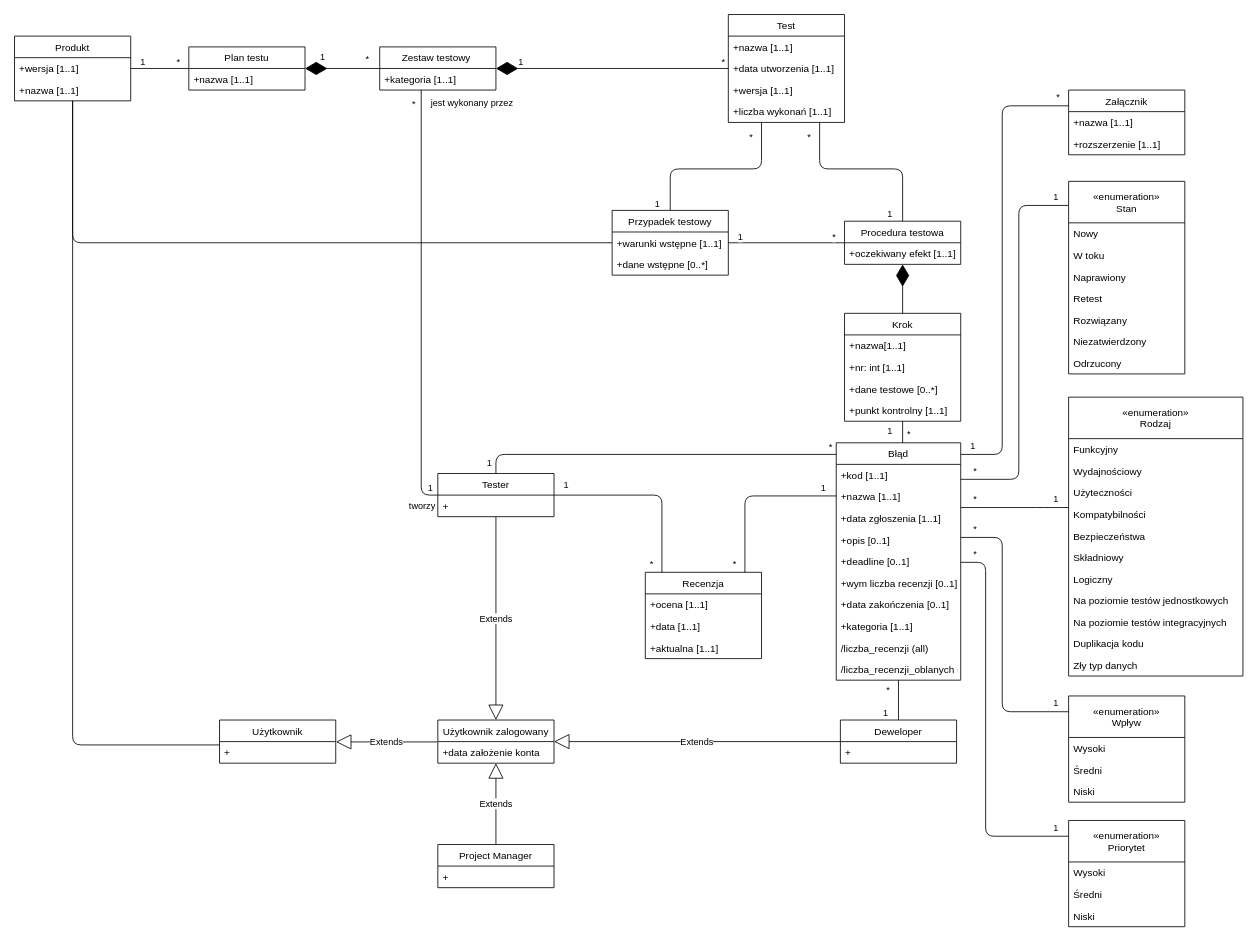
Earlier version of the draw.io diagram Diagram Klas.drawio (Nilphym/ZPI). Source tidied: cells renumbered, new cells numbered last; positions are measured from the earlier drawing's top-left corner, leaving out a move shared by most shapes. Both pictures are drawn from the tidied source at 83%, with x=0, y=0 at pixel (14, 14).
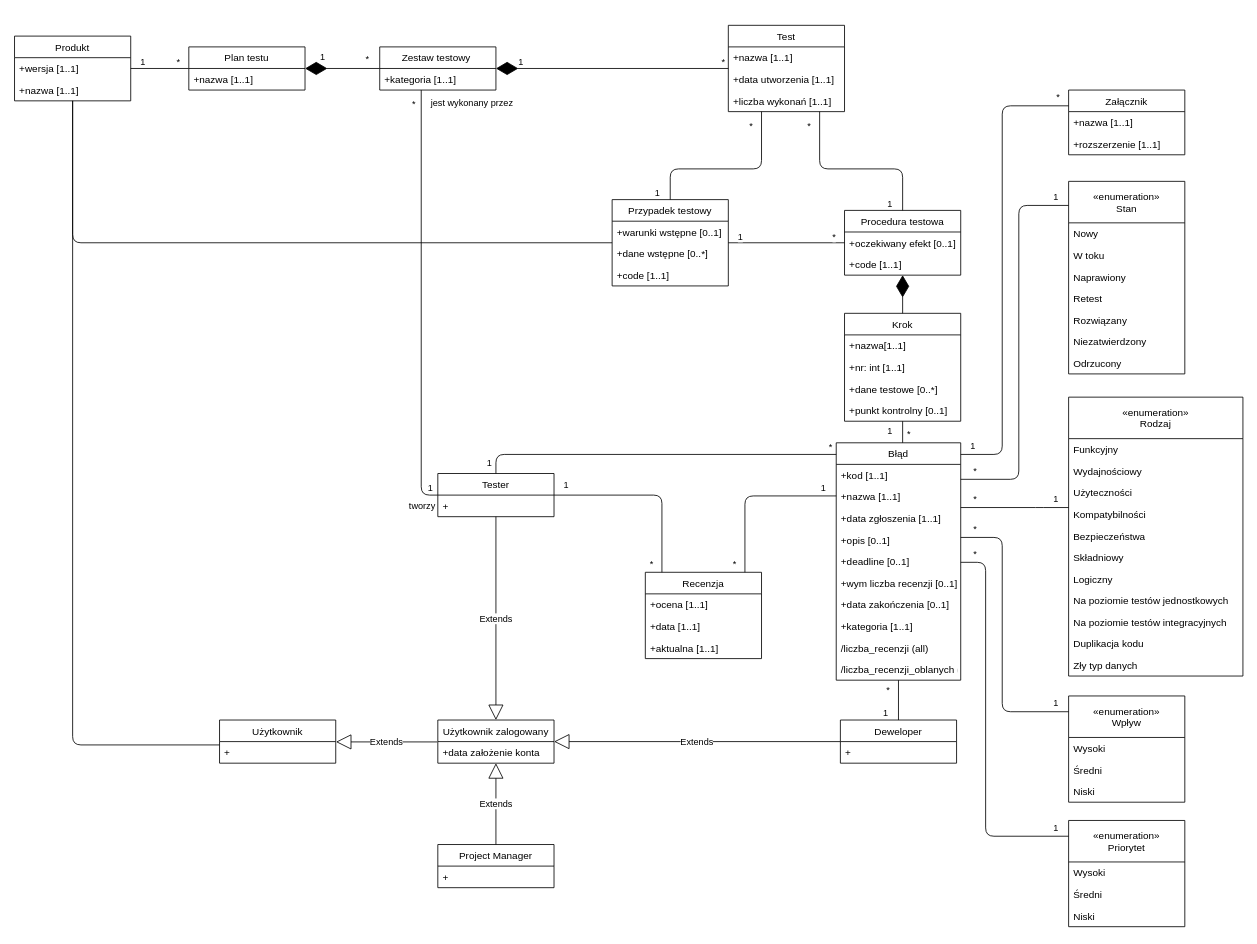
Above is the later version.

Unchanged cells that the change refers to:
```xml
<mxCell id="19" value="Krok" style="swimlane;fontStyle=0;horizontal=1;startSize=26;fillColor=none;" parent="1" vertex="1">
  <mxGeometry x="1000" y="360" width="140" height="130" as="geometry" />
</mxCell>
<mxCell id="30" value="+nazwa [1..1]" style="text;strokeColor=none;fillColor=none;align=left;verticalAlign=top;spacingLeft=4;spacingRight=4;overflow=hidden;points=[[0,0.5],[1,0.5]];portConstraint=eastwest;" parent="28" vertex="1">
  <mxGeometry y="52" width="140" height="26" as="geometry" />
</mxCell>
```

The edit, as a diff of the source:
```diff
@@
     <mxCell id="6" value="Test" style="swimlane;fontStyle=0;horizontal=1;startSize=26;fillColor=none;" parent="1" vertex="1">
-      <mxGeometry x="860" width="140" height="130" as="geometry" />
+      <mxGeometry x="860" y="13" width="140" height="104" as="geometry" />
     </mxCell>
@@
-    <mxCell id="9" value="+wersja [1..1]" style="text;strokeColor=none;fillColor=none;align=left;verticalAlign=top;spacingLeft=4;spacingRight=4;overflow=hidden;" parent="6" vertex="1">
-      <mxGeometry y="78" width="140" height="26" as="geometry" />
-    </mxCell>
     <mxCell id="10" value="+liczba wykonań [1..1]" style="text;strokeColor=none;fillColor=none;align=left;verticalAlign=top;spacingLeft=4;spacingRight=4;overflow=hidden;" parent="6" vertex="1">
-      <mxGeometry y="104" width="140" height="26" as="geometry" />
+      <mxGeometry y="78" width="140" height="26" as="geometry" />
     </mxCell>
@@
-    <mxCell id="23" value="+punkt kontrolny [1..1]" style="text;strokeColor=none;fillColor=none;align=left;verticalAlign=top;spacingLeft=4;spacingRight=4;overflow=hidden;" parent="19" vertex="1">
+    <mxCell id="23" value="+punkt kontrolny [0..1]" style="text;strokeColor=none;fillColor=none;align=left;verticalAlign=top;spacingLeft=4;spacingRight=4;overflow=hidden;" parent="19" vertex="1">
       <mxGeometry y="104" width="140" height="26" as="geometry" />
     </mxCell>
@@
     <mxCell id="61" value="Procedura testowa" style="swimlane;fontStyle=0;horizontal=1;startSize=26;fillColor=none;" parent="1" vertex="1">
-      <mxGeometry x="1000" y="249" width="140" height="52" as="geometry" />
+      <mxGeometry x="1000" y="236" width="140" height="78" as="geometry" />
     </mxCell>
-    <mxCell id="62" value="+oczekiwany efekt [1..1]" style="text;strokeColor=none;fillColor=none;align=left;verticalAlign=top;spacingLeft=4;spacingRight=4;overflow=hidden;" parent="61" vertex="1">
+    <mxCell id="62" value="+oczekiwany efekt [0..1]" style="text;strokeColor=none;fillColor=none;align=left;verticalAlign=top;spacingLeft=4;spacingRight=4;overflow=hidden;" parent="61" vertex="1">
       <mxGeometry y="26" width="140" height="26" as="geometry" />
     </mxCell>
+    <mxCell id="140" value="+code [1..1]" style="text;strokeColor=none;fillColor=none;align=left;verticalAlign=top;spacingLeft=4;spacingRight=4;overflow=hidden;" parent="61" vertex="1">
+      <mxGeometry y="52" width="140" height="26" as="geometry" />
+    </mxCell>
@@
     <mxCell id="66" value="Przypadek testowy" style="swimlane;fontStyle=0;horizontal=1;startSize=26;fillColor=none;" parent="1" vertex="1">
-      <mxGeometry x="720" y="236" width="140" height="78" as="geometry" />
+      <mxGeometry x="720" y="223" width="140" height="104" as="geometry" />
     </mxCell>
-    <mxCell id="67" value="+warunki wstępne [1..1]" style="text;strokeColor=none;fillColor=none;align=left;verticalAlign=top;spacingLeft=4;spacingRight=4;overflow=hidden;points=[[0,0.5],[1,0.5]];portConstraint=eastwest;" parent="66" vertex="1">
+    <mxCell id="67" value="+warunki wstępne [0..1]" style="text;strokeColor=none;fillColor=none;align=left;verticalAlign=top;spacingLeft=4;spacingRight=4;overflow=hidden;points=[[0,0.5],[1,0.5]];portConstraint=eastwest;" parent="66" vertex="1">
       <mxGeometry y="26" width="140" height="26" as="geometry" />
     </mxCell>
@@
+    <mxCell id="141" value="+code [1..1]" style="text;strokeColor=none;fillColor=none;align=left;verticalAlign=top;spacingLeft=4;spacingRight=4;overflow=hidden;" parent="66" vertex="1">
+      <mxGeometry y="78" width="140" height="26" as="geometry" />
+    </mxCell>
@@
-    <mxCell id="135" style="edgeStyle=orthogonalEdgeStyle;rounded=1;jettySize=auto;html=1;entryX=0;entryY=0.5;entryDx=0;entryDy=0;endArrow=none;endFill=0;" parent="1" edge="1" source="30" target="67">
+    <mxCell id="135" style="edgeStyle=orthogonalEdgeStyle;rounded=1;jettySize=auto;html=1;endArrow=none;endFill=0;" parent="1" edge="1" source="30">
       <mxGeometry relative="1" as="geometry">
+        <mxPoint x="720" y="275" as="targetPoint" />
         <Array as="points">
           <mxPoint x="70" y="275" />
         </Array>
       </mxGeometry>
     </mxCell>
```
